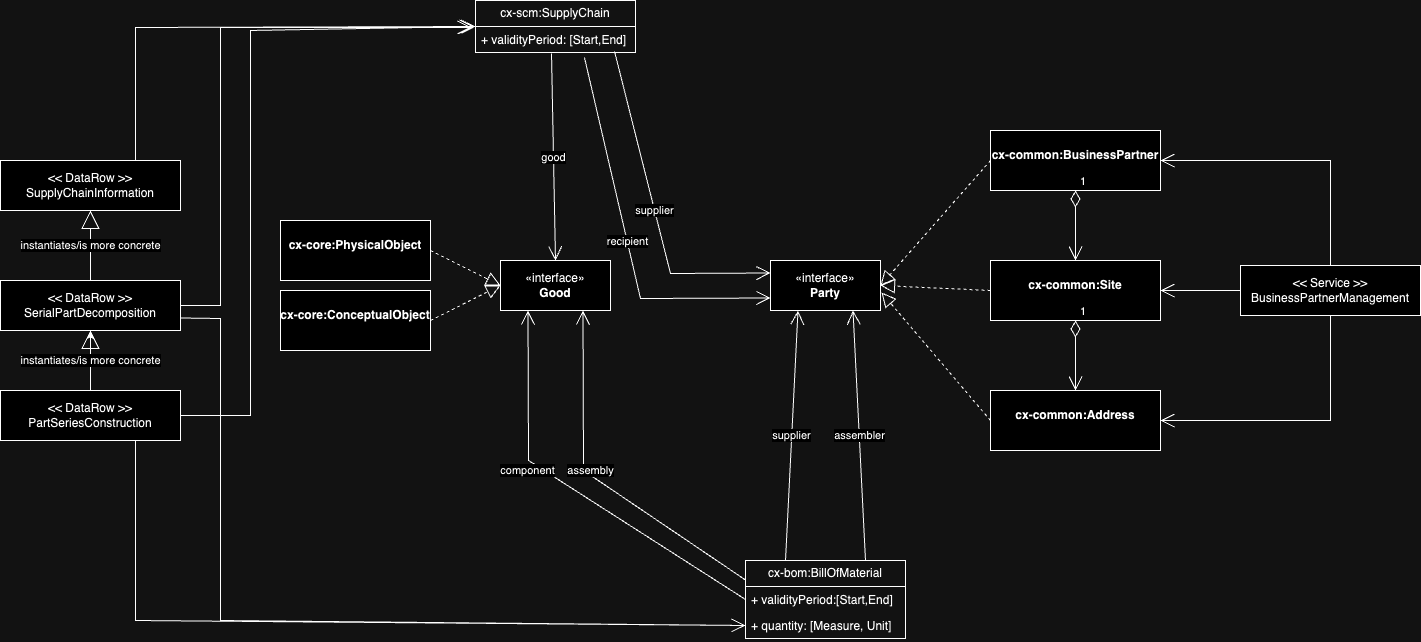
Earlier version of the draw.io export docs/images/chain_ontologies.png (eclipse-tractusx/sldt-ontology-model). Source tidied: cells renumbered, new cells last; positions are measured from the earlier drawing's top-left corner, leaving out a move shared by most shapes.
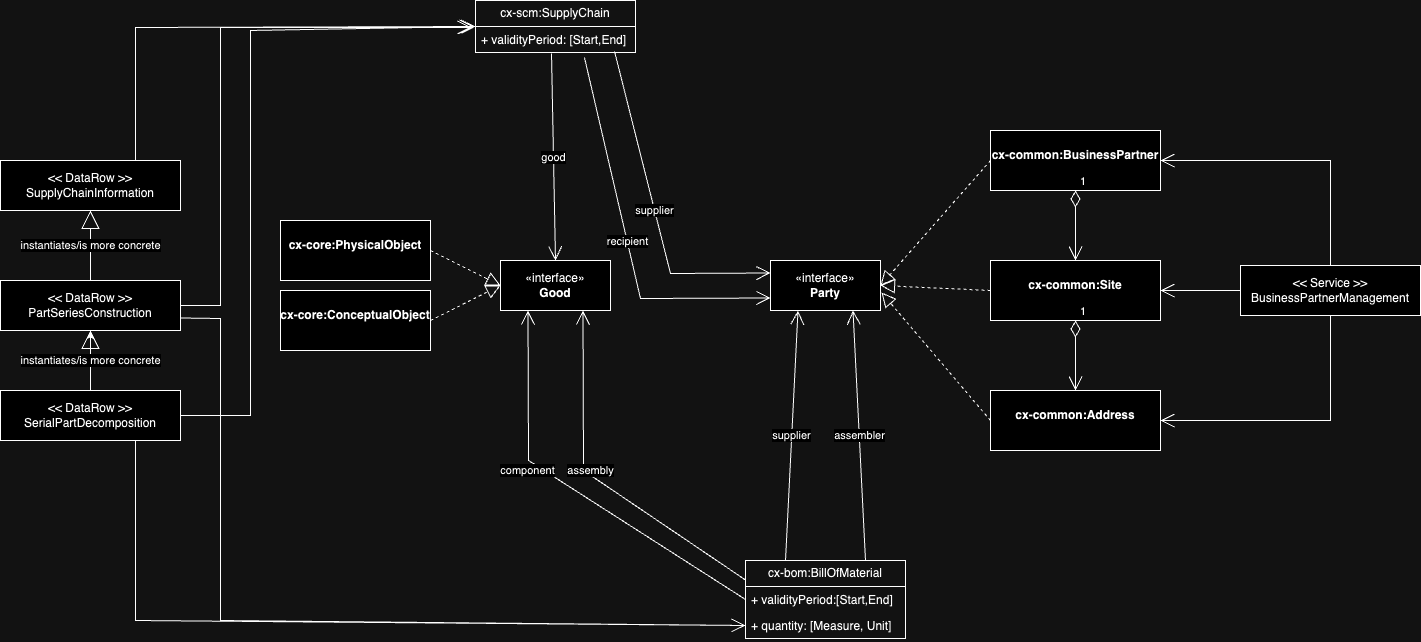
The same file after the commit.

Commit message:
docs: correct datarow specifity.

Diff of the diagram source:
```diff
@@ -96,13 +96,13 @@
     <mxCell id="27" value="assembler" style="endArrow=open;endFill=1;endSize=12;html=1;rounded=0;entryX=0.75;entryY=1;entryDx=0;entryDy=0;exitX=0.75;exitY=0;exitDx=0;exitDy=0;" parent="1" edge="1" source="4" target="12">
       <mxGeometry relative="1" as="geometry" />
     </mxCell>
-    <mxCell id="28" value="&amp;lt;&amp;lt; DataRow &amp;gt;&amp;gt;&lt;br&gt;SerialPartDecomposition&lt;br&gt;" style="html=1;whiteSpace=wrap;" parent="1" vertex="1">
+    <mxCell id="28" value="&amp;lt;&amp;lt; DataRow &amp;gt;&amp;gt;&lt;br&gt;PartSeriesConstruction" style="html=1;whiteSpace=wrap;" parent="1" vertex="1">
       <mxGeometry y="280" width="180" height="50" as="geometry" />
     </mxCell>
     <mxCell id="29" style="edgeStyle=orthogonalEdgeStyle;rounded=0;jettySize=auto;html=1;" parent="1" edge="1" source="30" target="28">
       <mxGeometry relative="1" as="geometry" />
     </mxCell>
-    <mxCell id="30" value="&amp;lt;&amp;lt; DataRow &amp;gt;&amp;gt;&lt;br&gt;PartSeriesConstruction" style="html=1;whiteSpace=wrap;" parent="1" vertex="1">
+    <mxCell id="30" value="&amp;lt;&amp;lt; DataRow &amp;gt;&amp;gt;&lt;br&gt;SerialPartDecomposition" style="html=1;whiteSpace=wrap;" parent="1" vertex="1">
       <mxGeometry y="390" width="180" height="50" as="geometry" />
     </mxCell>
     <mxCell id="31" value="&amp;lt;&amp;lt; DataRow &amp;gt;&amp;gt;&lt;br&gt;SupplyChainInformation" style="html=1;whiteSpace=wrap;" parent="1" vertex="1">
```
